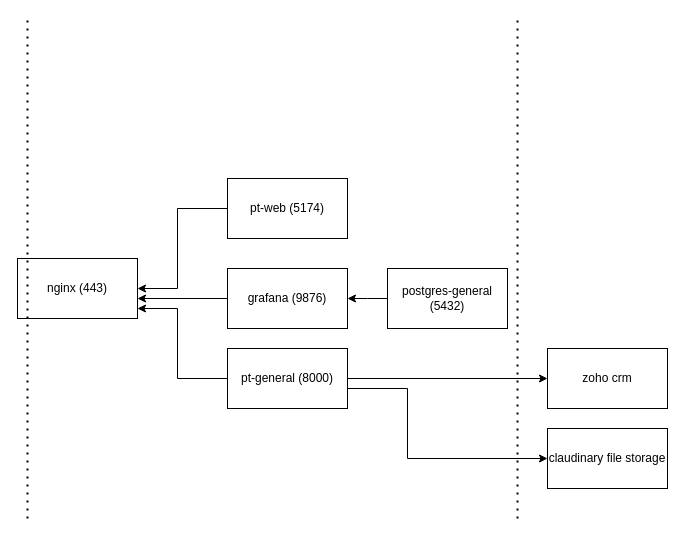
This is docs/phototours.drawio from tritonJS826/phototours, a draw.io file, before an edit. Source tidied: cells renumbered, new cells numbered last; positions are measured from the earlier drawing's top-left corner, leaving out a move shared by most shapes. Both pictures are drawn from the tidied source at 100%, with x=0, y=0 at pixel (17, 18).
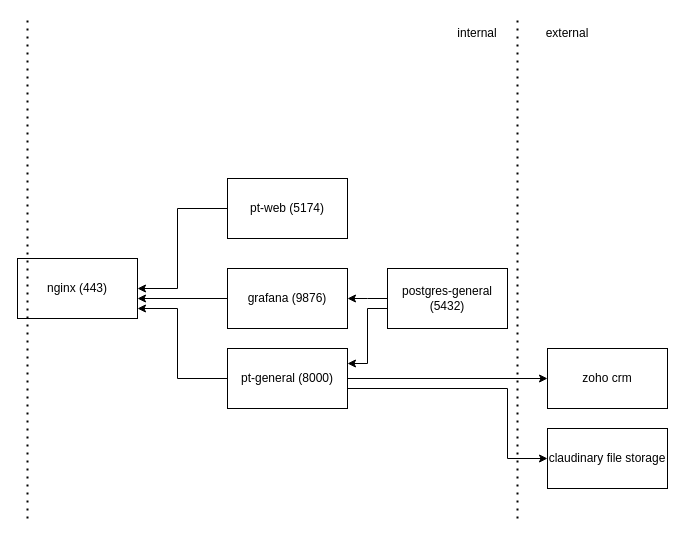
The same page after the edit.

Unchanged cells that the change refers to:
```xml
<mxCell id="6" value="pt-general (8000)" style="rounded=0;whiteSpace=wrap;html=1;" parent="1" vertex="1">
  <mxGeometry x="210" y="330" width="120" height="60" as="geometry" />
</mxCell>
<mxCell id="12" value="postgres-general (&lt;span style=&quot;background-color: transparent; color: light-dark(rgb(0, 0, 0), rgb(255, 255, 255));&quot;&gt;5432)&lt;/span&gt;" style="rounded=0;whiteSpace=wrap;html=1;" parent="1" vertex="1">
  <mxGeometry x="370" y="250" width="120" height="60" as="geometry" />
</mxCell>
<mxCell id="17" value="claudinary file storage" style="rounded=0;whiteSpace=wrap;html=1;" parent="1" vertex="1">
  <mxGeometry x="530" y="410" width="120" height="60" as="geometry" />
</mxCell>
```

The edit, as a diff of the source:
```diff
@@
     <mxCell id="5" style="edgeStyle=orthogonalEdgeStyle;rounded=0;jettySize=auto;html=1;" parent="1" edge="1" source="6" target="17">
       <mxGeometry relative="1" as="geometry">
         <Array as="points">
-          <mxPoint x="390" y="370" />
-          <mxPoint x="390" y="440" />
+          <mxPoint x="490" y="370" />
+          <mxPoint x="490" y="440" />
         </Array>
       </mxGeometry>
     </mxCell>
@@
+    <mxCell id="18" style="edgeStyle=orthogonalEdgeStyle;rounded=0;jettySize=auto;html=1;entryX=1;entryY=0.25;entryDx=0;entryDy=0;" parent="1" edge="1" source="12" target="6">
+      <mxGeometry relative="1" as="geometry">
+        <Array as="points">
+          <mxPoint x="350" y="290" />
+          <mxPoint x="350" y="345" />
+        </Array>
+      </mxGeometry>
+    </mxCell>
@@
+    <mxCell id="19" value="internal" style="text;html=1;align=center;verticalAlign=middle;whiteSpace=wrap;rounded=0;" parent="1" vertex="1">
+      <mxGeometry x="430" width="60" height="30" as="geometry" />
+    </mxCell>
+    <mxCell id="20" value="external" style="text;html=1;align=center;verticalAlign=middle;whiteSpace=wrap;rounded=0;" parent="1" vertex="1">
+      <mxGeometry x="520" width="60" height="30" as="geometry" />
+    </mxCell>
```
